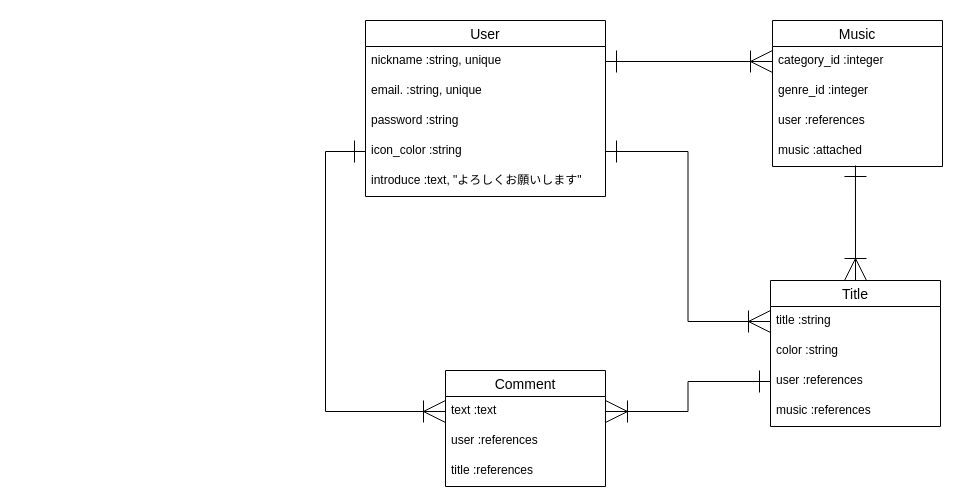
Before: table_ER.dio in Nalicyclica/astresonance-server, a draw.io diagram. Source tidied: cells renumbered, new cells numbered last; positions are measured from the earlier drawing's top-left corner, leaving out a move shared by most shapes. Both pictures are drawn from the tidied source at 100%, with x=0, y=0 at pixel (325, 20).
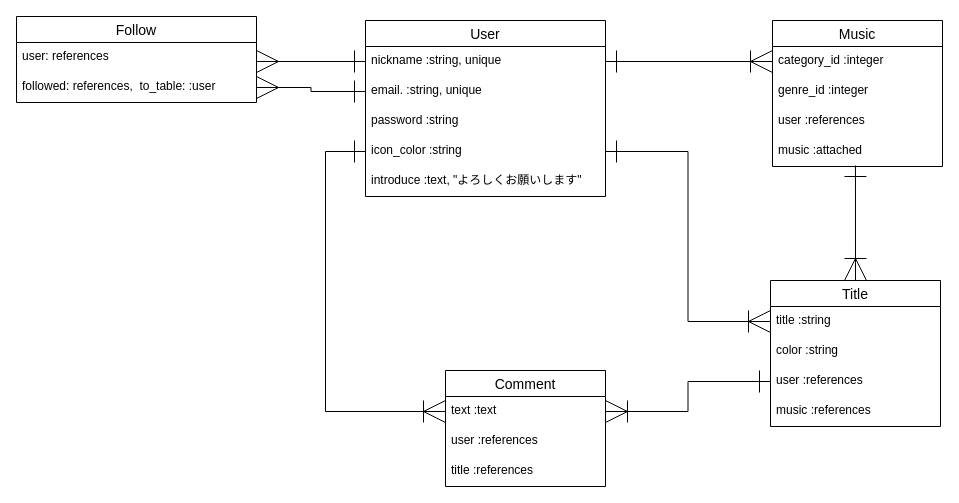
The same page after the edit.

The change refers to these unchanged cells:
```xml
<mxCell id="3" value="nickname :string, unique" style="text;strokeColor=none;fillColor=none;spacingLeft=4;spacingRight=4;overflow=hidden;points=[[0,0.5],[1,0.5]];portConstraint=eastwest;fontSize=12;" parent="2" vertex="1">
  <mxGeometry y="26" width="240" height="30" as="geometry" />
</mxCell>
<mxCell id="4" value="email. :string, unique" style="text;strokeColor=none;fillColor=none;spacingLeft=4;spacingRight=4;overflow=hidden;points=[[0,0.5],[1,0.5]];portConstraint=eastwest;fontSize=12;" parent="2" vertex="1">
  <mxGeometry y="56" width="240" height="30" as="geometry" />
</mxCell>
```

What changed in the source:
```diff
@@
+    <mxCell id="27" value="Follow" style="swimlane;fontStyle=0;horizontal=1;startSize=26;align=center;fontSize=14;" parent="1" vertex="1">
+      <mxGeometry x="-309" y="-4" width="240" height="86" as="geometry" />
+    </mxCell>
+    <mxCell id="28" value="user: references" style="text;strokeColor=none;fillColor=none;spacingLeft=4;spacingRight=4;overflow=hidden;points=[[0,0.5],[1,0.5]];portConstraint=eastwest;fontSize=12;" parent="27" vertex="1">
+      <mxGeometry y="26" width="240" height="30" as="geometry" />
+    </mxCell>
+    <mxCell id="29" value="followed: references,  to_table: :user" style="text;strokeColor=none;fillColor=none;spacingLeft=4;spacingRight=4;overflow=hidden;points=[[0,0.5],[1,0.5]];portConstraint=eastwest;fontSize=12;" parent="27" vertex="1">
+      <mxGeometry y="56" width="240" height="30" as="geometry" />
+    </mxCell>
+    <mxCell id="30" style="edgeStyle=orthogonalEdgeStyle;rounded=0;jettySize=auto;html=1;entryX=1;entryY=0.633;entryDx=0;entryDy=0;entryPerimeter=0;endArrow=ERmany;endFill=0;endSize=20;startSize=20;startArrow=ERone;startFill=0;" parent="1" edge="1" source="3" target="28">
+      <mxGeometry relative="1" as="geometry" />
+    </mxCell>
+    <mxCell id="31" style="edgeStyle=orthogonalEdgeStyle;rounded=0;jettySize=auto;html=1;entryX=1;entryY=0.5;entryDx=0;entryDy=0;startArrow=ERone;startFill=0;endArrow=ERmany;endFill=0;startSize=20;endSize=20;" parent="1" edge="1" source="4" target="29">
+      <mxGeometry relative="1" as="geometry" />
+    </mxCell>
```
